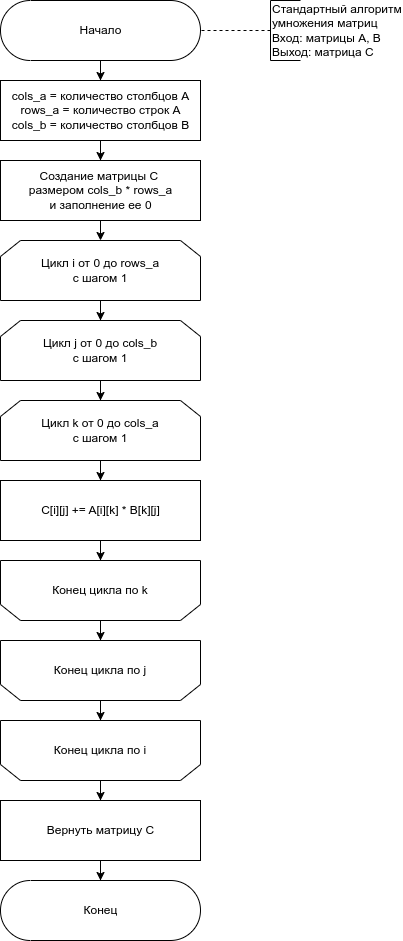
Ananasiika/bmstu-aa keeps this draw.io diagram as lab_02/docs/img/stand_alg.png. Above is the earlier version. Source tidied: cells renumbered, new cells last; positions are measured from the earlier drawing's top-left corner, leaving out a move shared by most shapes. The source it was exported from:
```xml
<mxGraphModel>
  <root>
    <mxCell id="0" />
    <mxCell id="1" parent="0" />
    <mxCell id="2" style="edgeStyle=orthogonalEdgeStyle;rounded=0;jettySize=auto;html=1;exitX=0.5;exitY=0.5;exitDx=0;exitDy=30;exitPerimeter=0;" parent="1" edge="1" source="3" target="6">
      <mxGeometry relative="1" as="geometry" />
    </mxCell>
    <mxCell id="3" value="Начало" style="html=1;dashed=0;whitespace=wrap;shape=mxgraph.dfd.start;" parent="1" vertex="1">
      <mxGeometry width="200" height="60" as="geometry" />
    </mxCell>
    <mxCell id="4" style="edgeStyle=orthogonalEdgeStyle;rounded=0;jettySize=auto;html=1;exitX=0.5;exitY=1;exitDx=0;exitDy=0;entryX=0.5;entryY=0;entryDx=0;entryDy=0;endArrow=none;endFill=0;" parent="1" edge="1" source="6">
      <mxGeometry relative="1" as="geometry">
        <mxPoint x="100" y="200" as="targetPoint" />
      </mxGeometry>
    </mxCell>
    <mxCell id="5" style="edgeStyle=orthogonalEdgeStyle;rounded=0;jettySize=auto;html=1;exitX=0.5;exitY=1;exitDx=0;exitDy=0;" parent="1" edge="1" source="6" target="32">
      <mxGeometry relative="1" as="geometry" />
    </mxCell>
    <mxCell id="6" value="cols_a = количество столбцов A&lt;br&gt;rows_a = количество строк A&lt;br&gt;cols_b = количество столбцов B" style="html=1;dashed=0;whitespace=wrap;" parent="1" vertex="1">
      <mxGeometry y="80" width="200" height="60" as="geometry" />
    </mxCell>
    <mxCell id="7" style="edgeStyle=orthogonalEdgeStyle;rounded=0;jettySize=auto;html=1;endArrow=none;endFill=0;dashed=1;" parent="1" edge="1" source="8" target="3">
      <mxGeometry relative="1" as="geometry" />
    </mxCell>
    <mxCell id="8" value="Стандартный алгоритм&lt;br&gt;умножения матриц&lt;br&gt;Вход: матрицы A, B&lt;br&gt;Выход: матрица C" style="html=1;dashed=0;whitespace=wrap;shape=partialRectangle;right=0;align=left;" parent="1" vertex="1">
      <mxGeometry x="270" width="30" height="60" as="geometry" />
    </mxCell>
    <mxCell id="9" style="edgeStyle=orthogonalEdgeStyle;rounded=0;jettySize=auto;html=1;endArrow=none;endFill=0;strokeWidth=1;" parent="1" edge="1" source="12" target="23">
      <mxGeometry relative="1" as="geometry" />
    </mxCell>
    <mxCell id="10" style="edgeStyle=orthogonalEdgeStyle;rounded=0;jettySize=auto;html=1;exitX=0.5;exitY=0;exitDx=0;exitDy=0;entryX=0.5;entryY=1;entryDx=0;entryDy=0;endArrow=none;endFill=0;strokeWidth=1;" parent="1" edge="1" source="12" target="26">
      <mxGeometry relative="1" as="geometry" />
    </mxCell>
    <mxCell id="11" style="edgeStyle=orthogonalEdgeStyle;rounded=0;jettySize=auto;html=1;exitX=0.5;exitY=0;exitDx=0;exitDy=0;" parent="1" edge="1" source="12" target="26">
      <mxGeometry relative="1" as="geometry" />
    </mxCell>
    <mxCell id="12" value="Конец цикла по k" style="shape=loopLimit;whiteSpace=wrap;html=1;strokeWidth=1;direction=west;" parent="1" vertex="1">
      <mxGeometry y="560" width="200" height="60" as="geometry" />
    </mxCell>
    <mxCell id="13" style="edgeStyle=orthogonalEdgeStyle;rounded=0;jettySize=auto;html=1;strokeWidth=1;endArrow=none;endFill=0;" parent="1" edge="1" source="15" target="18">
      <mxGeometry relative="1" as="geometry" />
    </mxCell>
    <mxCell id="14" style="edgeStyle=orthogonalEdgeStyle;rounded=0;jettySize=auto;html=1;exitX=0.5;exitY=1;exitDx=0;exitDy=0;entryX=0.5;entryY=0;entryDx=0;entryDy=0;" parent="1" edge="1" source="15" target="18">
      <mxGeometry relative="1" as="geometry" />
    </mxCell>
    <mxCell id="15" value="Цикл i от 0 до rows_a&lt;br&gt;с шагом 1" style="shape=loopLimit;whiteSpace=wrap;html=1;direction=east;" parent="1" vertex="1">
      <mxGeometry y="240" width="200" height="60" as="geometry" />
    </mxCell>
    <mxCell id="16" style="edgeStyle=orthogonalEdgeStyle;rounded=0;jettySize=auto;html=1;endArrow=none;endFill=0;strokeWidth=1;" parent="1" edge="1" source="18" target="21">
      <mxGeometry relative="1" as="geometry" />
    </mxCell>
    <mxCell id="17" style="edgeStyle=orthogonalEdgeStyle;rounded=0;jettySize=auto;html=1;exitX=0.5;exitY=1;exitDx=0;exitDy=0;" parent="1" edge="1" source="18">
      <mxGeometry relative="1" as="geometry">
        <mxPoint x="100" y="400" as="targetPoint" />
      </mxGeometry>
    </mxCell>
    <mxCell id="18" value="Цикл j от 0 до cols_b&lt;br&gt;с шагом 1" style="shape=loopLimit;whiteSpace=wrap;html=1;direction=east;" parent="1" vertex="1">
      <mxGeometry y="320" width="200" height="60" as="geometry" />
    </mxCell>
    <mxCell id="19" style="edgeStyle=orthogonalEdgeStyle;rounded=0;jettySize=auto;html=1;endArrow=none;endFill=0;strokeWidth=1;" parent="1" edge="1" source="21" target="23">
      <mxGeometry relative="1" as="geometry" />
    </mxCell>
    <mxCell id="20" style="edgeStyle=orthogonalEdgeStyle;rounded=0;jettySize=auto;html=1;exitX=0.5;exitY=1;exitDx=0;exitDy=0;" parent="1" edge="1" source="21" target="23">
      <mxGeometry relative="1" as="geometry" />
    </mxCell>
    <mxCell id="21" value="Цикл k от 0 до cols_a&lt;br&gt;с шагом 1" style="shape=loopLimit;whiteSpace=wrap;html=1;direction=east;" parent="1" vertex="1">
      <mxGeometry y="400" width="200" height="60" as="geometry" />
    </mxCell>
    <mxCell id="22" style="edgeStyle=orthogonalEdgeStyle;rounded=0;jettySize=auto;html=1;exitX=0.5;exitY=1;exitDx=0;exitDy=0;" parent="1" edge="1" source="23" target="12">
      <mxGeometry relative="1" as="geometry" />
    </mxCell>
    <mxCell id="23" value="C[i][j] += A[i][k] * B[k][j]" style="html=1;dashed=0;whitespace=wrap;" parent="1" vertex="1">
      <mxGeometry y="480" width="200" height="60" as="geometry" />
    </mxCell>
    <mxCell id="24" style="edgeStyle=orthogonalEdgeStyle;rounded=0;jettySize=auto;html=1;endArrow=none;endFill=0;strokeWidth=1;" parent="1" edge="1" source="26" target="29">
      <mxGeometry relative="1" as="geometry" />
    </mxCell>
    <mxCell id="25" style="edgeStyle=orthogonalEdgeStyle;rounded=0;jettySize=auto;html=1;exitX=0.5;exitY=0;exitDx=0;exitDy=0;" parent="1" edge="1" source="26" target="29">
      <mxGeometry relative="1" as="geometry" />
    </mxCell>
    <mxCell id="26" value="Конец цикла по j" style="shape=loopLimit;whiteSpace=wrap;html=1;strokeWidth=1;direction=west;" parent="1" vertex="1">
      <mxGeometry y="640" width="200" height="60" as="geometry" />
    </mxCell>
    <mxCell id="27" style="edgeStyle=orthogonalEdgeStyle;rounded=0;jettySize=auto;html=1;exitX=0.5;exitY=0;exitDx=0;exitDy=0;entryX=0.5;entryY=0.5;entryDx=0;entryDy=-30;entryPerimeter=0;endArrow=none;endFill=0;strokeWidth=1;" parent="1" edge="1" source="29" target="30">
      <mxGeometry relative="1" as="geometry" />
    </mxCell>
    <mxCell id="28" style="edgeStyle=orthogonalEdgeStyle;rounded=0;jettySize=auto;html=1;exitX=0.5;exitY=0;exitDx=0;exitDy=0;" parent="1" edge="1" source="29" target="34">
      <mxGeometry relative="1" as="geometry" />
    </mxCell>
    <mxCell id="29" value="Конец цикла по i" style="shape=loopLimit;whiteSpace=wrap;html=1;strokeWidth=1;direction=west;" parent="1" vertex="1">
      <mxGeometry y="720" width="200" height="60" as="geometry" />
    </mxCell>
    <mxCell id="30" value="Конец" style="html=1;dashed=0;whitespace=wrap;shape=mxgraph.dfd.start;" parent="1" vertex="1">
      <mxGeometry y="880" width="200" height="60" as="geometry" />
    </mxCell>
    <mxCell id="31" style="edgeStyle=orthogonalEdgeStyle;rounded=0;jettySize=auto;html=1;exitX=0.5;exitY=1;exitDx=0;exitDy=0;entryX=0.5;entryY=0;entryDx=0;entryDy=0;" parent="1" edge="1" source="32" target="15">
      <mxGeometry relative="1" as="geometry" />
    </mxCell>
    <mxCell id="32" value="Создание матрицы C&amp;nbsp;&lt;br&gt;размером cols_b * rows_a&lt;br&gt;и заполнение ее 0" style="html=1;dashed=0;whitespace=wrap;" parent="1" vertex="1">
      <mxGeometry y="160" width="200" height="60" as="geometry" />
    </mxCell>
    <mxCell id="33" style="edgeStyle=orthogonalEdgeStyle;rounded=0;jettySize=auto;html=1;exitX=0.5;exitY=1;exitDx=0;exitDy=0;" parent="1" edge="1" source="34" target="30">
      <mxGeometry relative="1" as="geometry" />
    </mxCell>
    <mxCell id="34" value="Вернуть матрицу C" style="html=1;dashed=0;whitespace=wrap;" parent="1" vertex="1">
      <mxGeometry y="800" width="200" height="60" as="geometry" />
    </mxCell>
  </root>
</mxGraphModel>
```
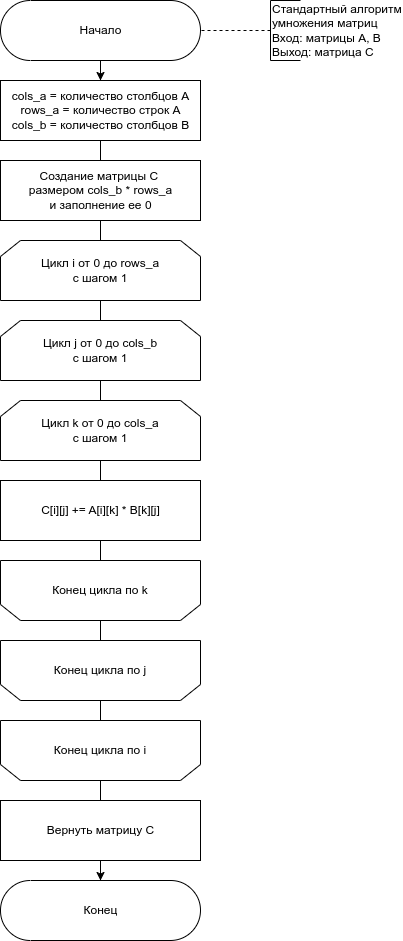
After the commit.

The edit, as a diff of the source:
```diff
@@ -13,7 +13,7 @@
         <mxPoint x="100" y="200" as="targetPoint" />
       </mxGeometry>
     </mxCell>
-    <mxCell id="5" style="edgeStyle=orthogonalEdgeStyle;rounded=0;jettySize=auto;html=1;exitX=0.5;exitY=1;exitDx=0;exitDy=0;" parent="1" edge="1" source="6" target="32">
+    <mxCell id="5" style="endArrow=none;html=1;rounded=0;" parent="1" edge="1" source="6" target="32">
       <mxGeometry relative="1" as="geometry" />
     </mxCell>
     <mxCell id="6" value="cols_a = количество столбцов A&lt;br&gt;rows_a = количество строк A&lt;br&gt;cols_b = количество столбцов B" style="html=1;dashed=0;whitespace=wrap;" parent="1" vertex="1">
@@ -31,7 +31,7 @@
     <mxCell id="10" style="edgeStyle=orthogonalEdgeStyle;rounded=0;jettySize=auto;html=1;exitX=0.5;exitY=0;exitDx=0;exitDy=0;entryX=0.5;entryY=1;entryDx=0;entryDy=0;endArrow=none;endFill=0;strokeWidth=1;" parent="1" edge="1" source="12" target="26">
       <mxGeometry relative="1" as="geometry" />
     </mxCell>
-    <mxCell id="11" style="edgeStyle=orthogonalEdgeStyle;rounded=0;jettySize=auto;html=1;exitX=0.5;exitY=0;exitDx=0;exitDy=0;" parent="1" edge="1" source="12" target="26">
+    <mxCell id="11" style="endArrow=none;html=1;rounded=0;" parent="1" edge="1" source="12" target="26">
       <mxGeometry relative="1" as="geometry" />
     </mxCell>
     <mxCell id="12" value="Конец цикла по k" style="shape=loopLimit;whiteSpace=wrap;html=1;strokeWidth=1;direction=west;" parent="1" vertex="1">
@@ -40,7 +40,7 @@
     <mxCell id="13" style="edgeStyle=orthogonalEdgeStyle;rounded=0;jettySize=auto;html=1;strokeWidth=1;endArrow=none;endFill=0;" parent="1" edge="1" source="15" target="18">
       <mxGeometry relative="1" as="geometry" />
     </mxCell>
-    <mxCell id="14" style="edgeStyle=orthogonalEdgeStyle;rounded=0;jettySize=auto;html=1;exitX=0.5;exitY=1;exitDx=0;exitDy=0;entryX=0.5;entryY=0;entryDx=0;entryDy=0;" parent="1" edge="1" source="15" target="18">
+    <mxCell id="14" style="endArrow=none;html=1;rounded=0;" parent="1" edge="1" source="15" target="18">
       <mxGeometry relative="1" as="geometry" />
     </mxCell>
     <mxCell id="15" value="Цикл i от 0 до rows_a&lt;br&gt;с шагом 1" style="shape=loopLimit;whiteSpace=wrap;html=1;direction=east;" parent="1" vertex="1">
@@ -49,7 +49,7 @@
     <mxCell id="16" style="edgeStyle=orthogonalEdgeStyle;rounded=0;jettySize=auto;html=1;endArrow=none;endFill=0;strokeWidth=1;" parent="1" edge="1" source="18" target="21">
       <mxGeometry relative="1" as="geometry" />
     </mxCell>
-    <mxCell id="17" style="edgeStyle=orthogonalEdgeStyle;rounded=0;jettySize=auto;html=1;exitX=0.5;exitY=1;exitDx=0;exitDy=0;" parent="1" edge="1" source="18">
+    <mxCell id="17" style="endArrow=none;html=1;rounded=0;" parent="1" edge="1" source="18">
       <mxGeometry relative="1" as="geometry">
         <mxPoint x="100" y="400" as="targetPoint" />
       </mxGeometry>
@@ -60,13 +60,13 @@
     <mxCell id="19" style="edgeStyle=orthogonalEdgeStyle;rounded=0;jettySize=auto;html=1;endArrow=none;endFill=0;strokeWidth=1;" parent="1" edge="1" source="21" target="23">
       <mxGeometry relative="1" as="geometry" />
     </mxCell>
-    <mxCell id="20" style="edgeStyle=orthogonalEdgeStyle;rounded=0;jettySize=auto;html=1;exitX=0.5;exitY=1;exitDx=0;exitDy=0;" parent="1" edge="1" source="21" target="23">
+    <mxCell id="20" style="endArrow=none;html=1;rounded=0;" parent="1" edge="1" source="21" target="23">
       <mxGeometry relative="1" as="geometry" />
     </mxCell>
     <mxCell id="21" value="Цикл k от 0 до cols_a&lt;br&gt;с шагом 1" style="shape=loopLimit;whiteSpace=wrap;html=1;direction=east;" parent="1" vertex="1">
       <mxGeometry y="400" width="200" height="60" as="geometry" />
     </mxCell>
-    <mxCell id="22" style="edgeStyle=orthogonalEdgeStyle;rounded=0;jettySize=auto;html=1;exitX=0.5;exitY=1;exitDx=0;exitDy=0;" parent="1" edge="1" source="23" target="12">
+    <mxCell id="22" style="endArrow=none;html=1;rounded=0;" parent="1" edge="1" source="23" target="12">
       <mxGeometry relative="1" as="geometry" />
     </mxCell>
     <mxCell id="23" value="C[i][j] += A[i][k] * B[k][j]" style="html=1;dashed=0;whitespace=wrap;" parent="1" vertex="1">
@@ -75,7 +75,7 @@
     <mxCell id="24" style="edgeStyle=orthogonalEdgeStyle;rounded=0;jettySize=auto;html=1;endArrow=none;endFill=0;strokeWidth=1;" parent="1" edge="1" source="26" target="29">
       <mxGeometry relative="1" as="geometry" />
     </mxCell>
-    <mxCell id="25" style="edgeStyle=orthogonalEdgeStyle;rounded=0;jettySize=auto;html=1;exitX=0.5;exitY=0;exitDx=0;exitDy=0;" parent="1" edge="1" source="26" target="29">
+    <mxCell id="25" style="endArrow=none;html=1;rounded=0;" parent="1" edge="1" source="26" target="29">
       <mxGeometry relative="1" as="geometry" />
     </mxCell>
     <mxCell id="26" value="Конец цикла по j" style="shape=loopLimit;whiteSpace=wrap;html=1;strokeWidth=1;direction=west;" parent="1" vertex="1">
@@ -84,7 +84,7 @@
     <mxCell id="27" style="edgeStyle=orthogonalEdgeStyle;rounded=0;jettySize=auto;html=1;exitX=0.5;exitY=0;exitDx=0;exitDy=0;entryX=0.5;entryY=0.5;entryDx=0;entryDy=-30;entryPerimeter=0;endArrow=none;endFill=0;strokeWidth=1;" parent="1" edge="1" source="29" target="30">
       <mxGeometry relative="1" as="geometry" />
     </mxCell>
-    <mxCell id="28" style="edgeStyle=orthogonalEdgeStyle;rounded=0;jettySize=auto;html=1;exitX=0.5;exitY=0;exitDx=0;exitDy=0;" parent="1" edge="1" source="29" target="34">
+    <mxCell id="28" style="endArrow=none;html=1;rounded=0;" parent="1" edge="1" source="29" target="34">
       <mxGeometry relative="1" as="geometry" />
     </mxCell>
     <mxCell id="29" value="Конец цикла по i" style="shape=loopLimit;whiteSpace=wrap;html=1;strokeWidth=1;direction=west;" parent="1" vertex="1">
@@ -93,7 +93,7 @@
     <mxCell id="30" value="Конец" style="html=1;dashed=0;whitespace=wrap;shape=mxgraph.dfd.start;" parent="1" vertex="1">
       <mxGeometry y="880" width="200" height="60" as="geometry" />
     </mxCell>
-    <mxCell id="31" style="edgeStyle=orthogonalEdgeStyle;rounded=0;jettySize=auto;html=1;exitX=0.5;exitY=1;exitDx=0;exitDy=0;entryX=0.5;entryY=0;entryDx=0;entryDy=0;" parent="1" edge="1" source="32" target="15">
+    <mxCell id="31" style="endArrow=none;html=1;rounded=0;" parent="1" edge="1" source="32" target="15">
       <mxGeometry relative="1" as="geometry" />
     </mxCell>
     <mxCell id="32" value="Создание матрицы C&amp;nbsp;&lt;br&gt;размером cols_b * rows_a&lt;br&gt;и заполнение ее 0" style="html=1;dashed=0;whitespace=wrap;" parent="1" vertex="1">
```
